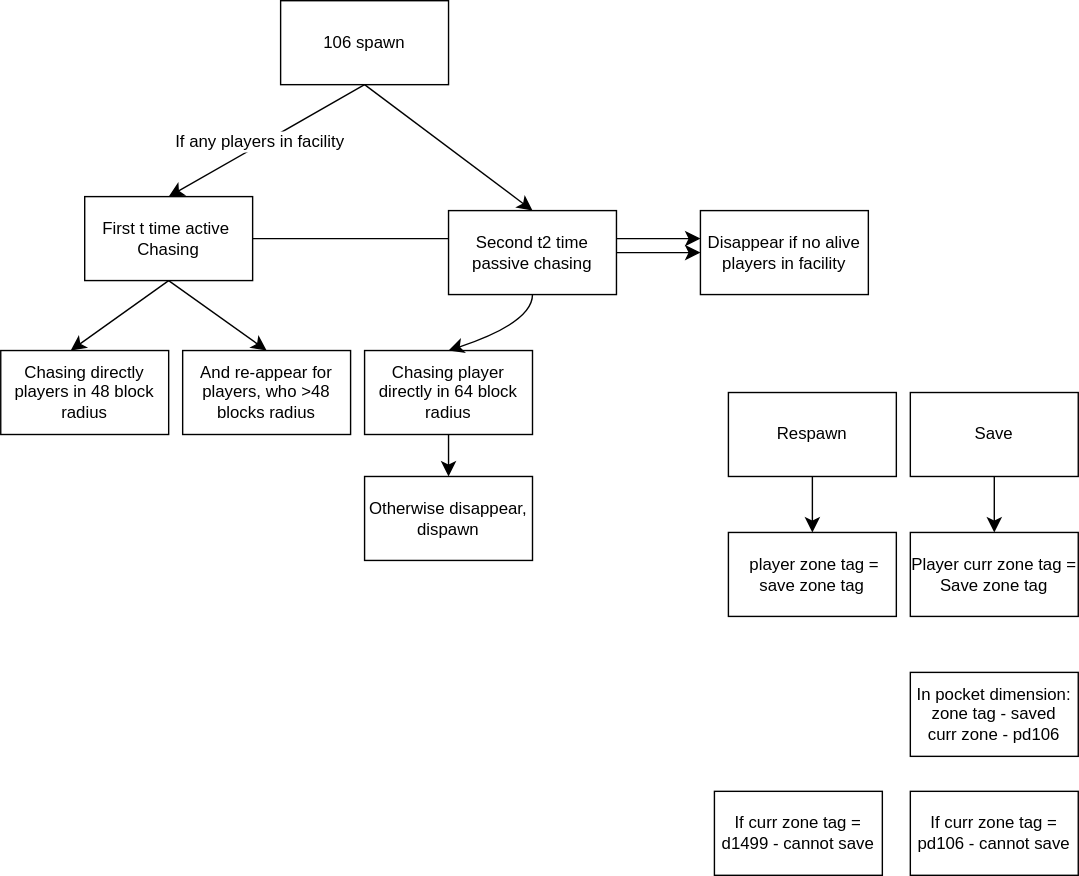
The draw.io diagram 106 + save.svg in huh72/SCP-Containment-Breach-Minecraft, before a commit. Source tidied: cells renumbered, new cells last; positions are measured from the earlier drawing's top-left corner, leaving out a move shared by most shapes.
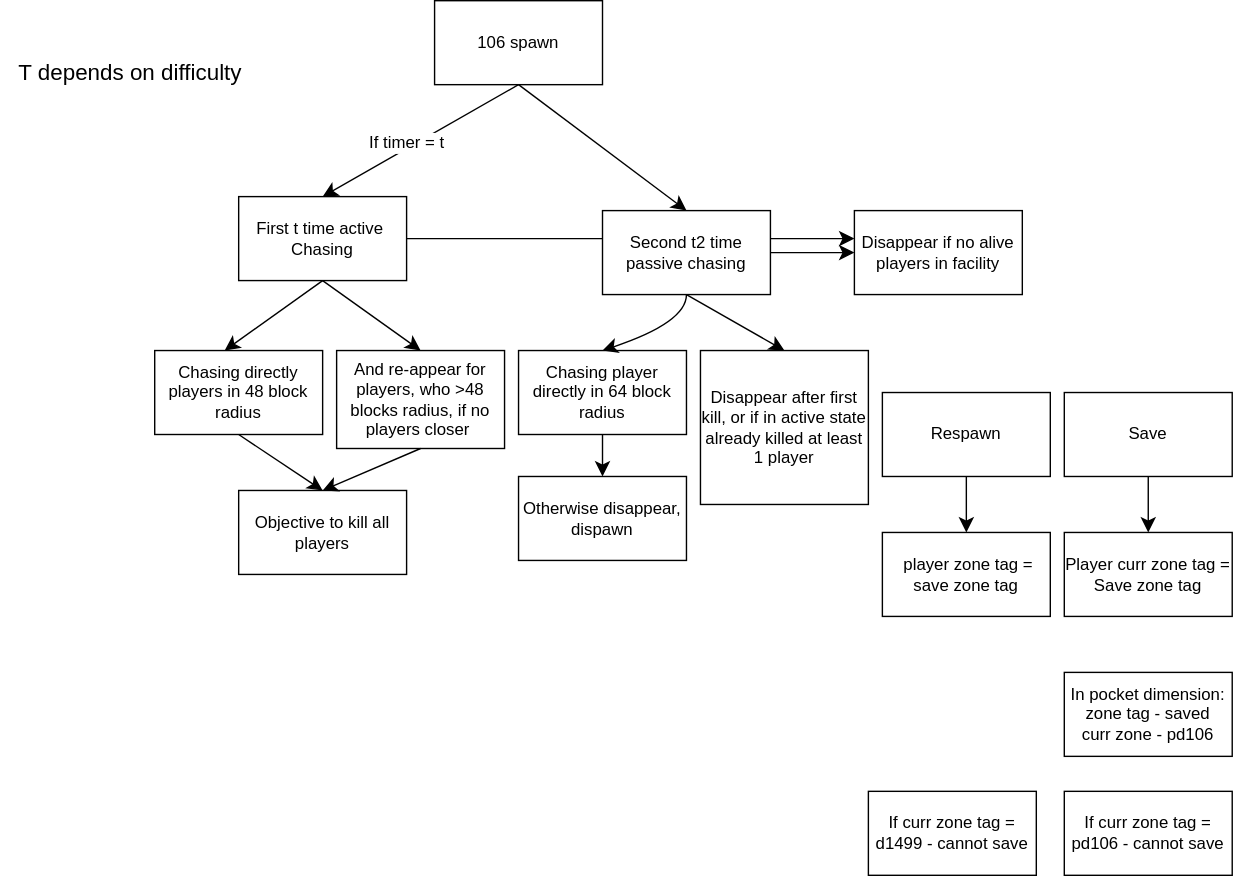
The same file after the commit.

Diff of the diagram source:
```diff
@@ -16,15 +16,14 @@
     <mxCell id="5" style="edgeStyle=none;jettySize=auto;html=1;rounded=0;fontSize=12;startSize=8;endSize=8;curved=1;entryX=0.5;entryY=0;entryDx=0;entryDy=0;exitX=0.5;exitY=1;exitDx=0;exitDy=0;" parent="1" edge="1" source="3" target="4">
       <mxGeometry relative="1" as="geometry" />
     </mxCell>
-    <mxCell id="6" value="If any players in facility" style="edgeLabel;html=1;align=center;verticalAlign=middle;fontSize=12;" parent="5" vertex="1">
-      <mxGeometry x="0.07" y="-2" relative="1" as="geometry" />
+    <mxCell id="6" value="If timer = t" style="edgeLabel;html=1;align=center;verticalAlign=middle;fontSize=12;" parent="5" vertex="1">
+      <mxGeometry x="0.07" y="-2" relative="1" as="geometry">
+        <mxPoint x="-4" as="offset" />
+      </mxGeometry>
     </mxCell>
     <mxCell id="7" value="Chasing directly players in 48 block radius" style="whiteSpace=wrap;html=1;" parent="1" vertex="1">
       <mxGeometry y="250" width="120" height="60" as="geometry" />
     </mxCell>
-    <mxCell id="8" value="And re-appear for players, who &amp;gt;48 blocks radius" style="whiteSpace=wrap;html=1;" parent="1" vertex="1">
-      <mxGeometry x="130" y="250" width="120" height="60" as="geometry" />
-    </mxCell>
     <mxCell id="9" value="Chasing player directly in 64 block radius" style="whiteSpace=wrap;html=1;" parent="1" vertex="1">
       <mxGeometry x="260" y="250" width="120" height="60" as="geometry" />
     </mxCell>
@@ -94,5 +93,26 @@
     <mxCell id="27" value="If curr zone tag =&lt;div&gt;d1499 - cannot save&lt;/div&gt;" style="whiteSpace=wrap;html=1;" parent="1" vertex="1">
       <mxGeometry x="510" y="565" width="120" height="60" as="geometry" />
     </mxCell>
+    <mxCell id="8" value="And re-appear for players, who &amp;gt;48 blocks radius, if no players closer&amp;nbsp;" style="whiteSpace=wrap;html=1;" parent="1" vertex="1">
+      <mxGeometry x="130" y="250" width="120" height="70" as="geometry" />
+    </mxCell>
+    <mxCell id="28" value="T depends on difficulty&amp;nbsp;" style="text;html=1;whiteSpace=wrap;strokeColor=none;fillColor=none;align=center;verticalAlign=middle;rounded=0;fontSize=16;" parent="1" vertex="1">
+      <mxGeometry x="-110" y="50" width="190" as="geometry" />
+    </mxCell>
+    <mxCell id="29" value="Disappear after first kill, or if in active state already killed at least 1 player" style="whiteSpace=wrap;html=1;" parent="1" vertex="1">
+      <mxGeometry x="390" y="250" width="120" height="110" as="geometry" />
+    </mxCell>
+    <mxCell id="30" value="Objective to kill all players" style="whiteSpace=wrap;html=1;" parent="1" vertex="1">
+      <mxGeometry x="60" y="350" width="120" height="60" as="geometry" />
+    </mxCell>
+    <mxCell id="31" style="edgeStyle=none;jettySize=auto;html=1;rounded=0;fontSize=12;startSize=8;endSize=8;curved=1;exitX=0.5;exitY=1;exitDx=0;exitDy=0;entryX=0.5;entryY=0;entryDx=0;entryDy=0;" parent="1" edge="1" source="8" target="30">
+      <mxGeometry relative="1" as="geometry" />
+    </mxCell>
+    <mxCell id="32" style="edgeStyle=none;jettySize=auto;html=1;rounded=0;fontSize=12;startSize=8;endSize=8;curved=1;exitX=0.5;exitY=1;exitDx=0;exitDy=0;entryX=0.5;entryY=0;entryDx=0;entryDy=0;" parent="1" edge="1" source="7" target="30">
+      <mxGeometry relative="1" as="geometry" />
+    </mxCell>
+    <mxCell id="33" style="edgeStyle=none;jettySize=auto;html=1;rounded=0;fontSize=12;startSize=8;endSize=8;curved=1;exitX=0.5;exitY=1;exitDx=0;exitDy=0;entryX=0.5;entryY=0;entryDx=0;entryDy=0;" parent="1" edge="1" source="10" target="29">
+      <mxGeometry relative="1" as="geometry" />
+    </mxCell>
   </root>
 </mxGraphModel>
```
